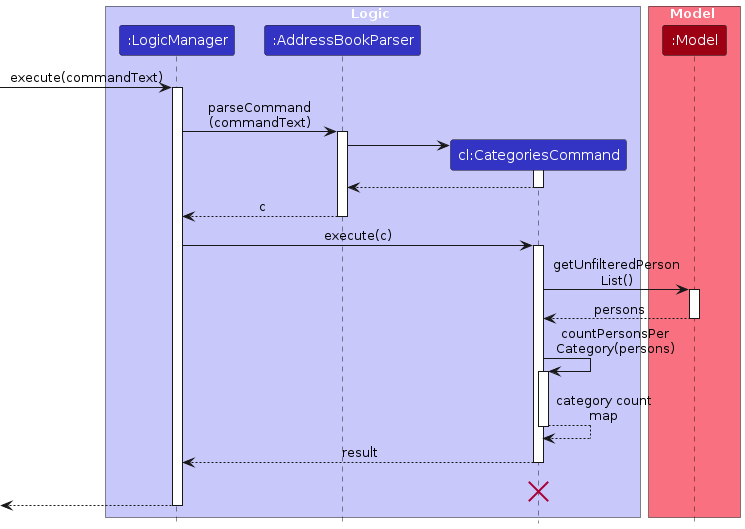
This is diagrams/CategoriesSequenceDiagram-Logic.png from AY2627S1-CS2103T-F12-2/tp, a PlantUML export, as it was before one commit. Its source is kept beside it as diagrams/CategoriesSequenceDiagram-Logic.puml.
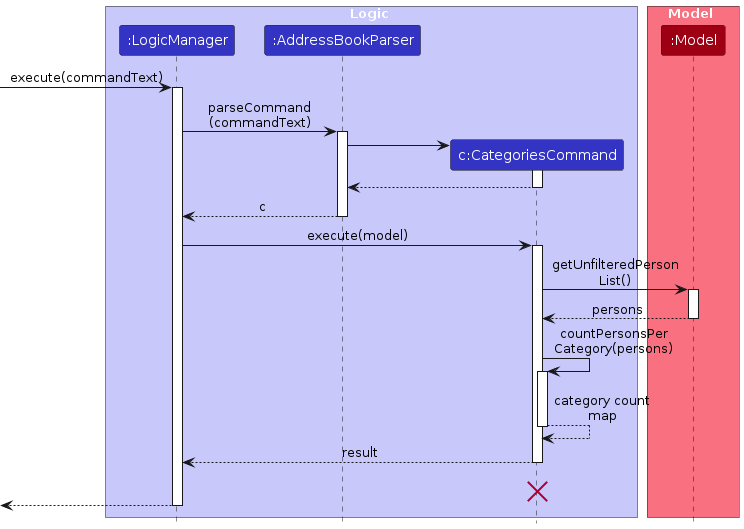
Later version of the same file.

Change to the diagram source:
```diff
@@ -5,7 +5,7 @@
 box Logic LOGIC_COLOR_T1
 participant ":LogicManager" as LogicManager LOGIC_COLOR
 participant ":AddressBookParser" as AddressBookParser LOGIC_COLOR
-participant "cl:CategoriesCommand" as CategoriesCommand LOGIC_COLOR
+participant "c:CategoriesCommand" as CategoriesCommand LOGIC_COLOR
 end box
 
 box Model MODEL_COLOR_T1
@@ -28,7 +28,7 @@
 AddressBookParser --> LogicManager : c
 deactivate AddressBookParser
 
-LogicManager -> CategoriesCommand : execute(c)
+LogicManager -> CategoriesCommand : execute(model)
 activate CategoriesCommand
 
 CategoriesCommand -> Model : getUnfilteredPerson\nList()
```
